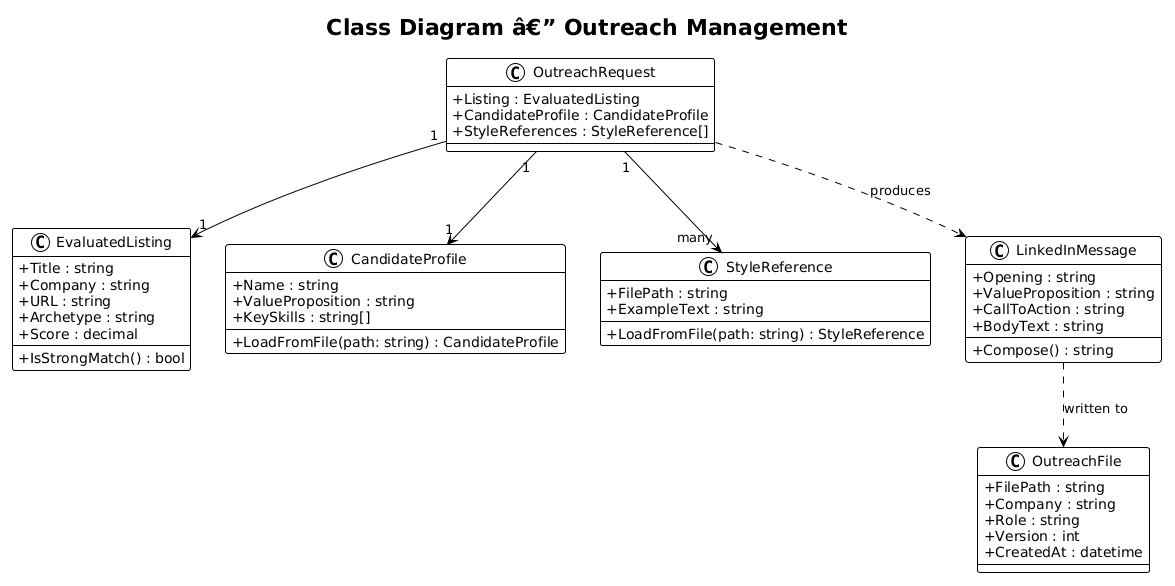
The PlantUML diagram docs/detailed-designs/09-outreach-management/diagrams/class_diagram.png in QuinntyneBrown/Orbit, before a commit.
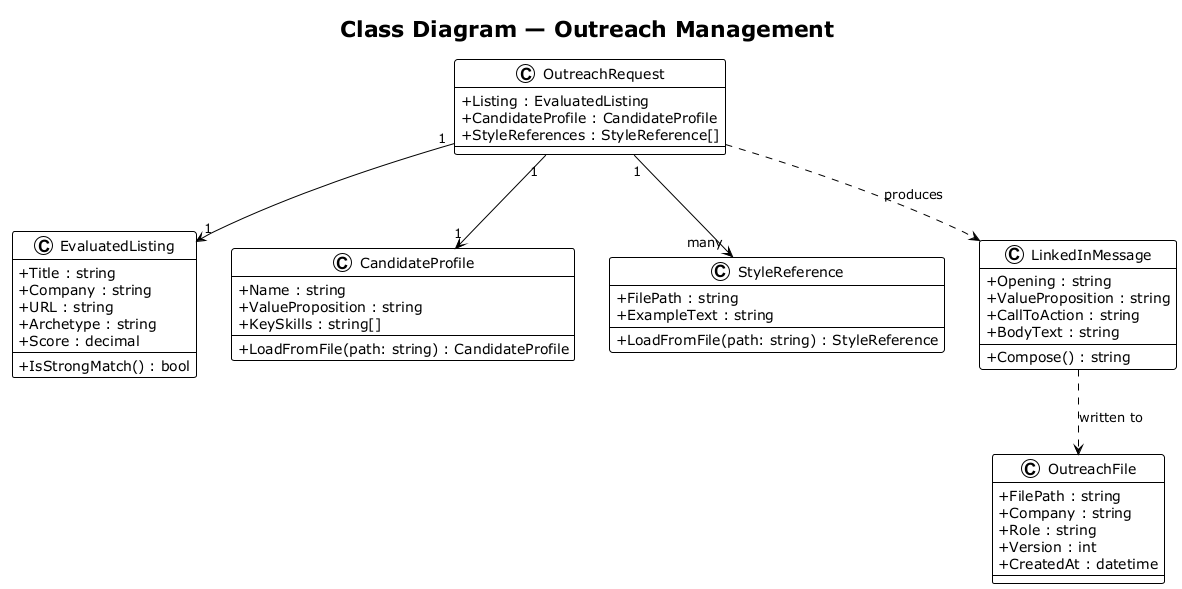
The same file after the commit.

The edit, as a diff of the source:
```diff
@@ -1,8 +1,8 @@
-@startuml
+@startuml class_diagram
 !theme plain
 skinparam classAttributeIconSize 0
 
-title Class Diagram â€” Outreach Management
+title Class Diagram — Outreach Management
 
 class EvaluatedListing {
     +Title : string
@@ -53,4 +53,5 @@
 OutreachRequest "1" --> "many" StyleReference
 OutreachRequest ..> LinkedInMessage : produces
 LinkedInMessage ..> OutreachFile : written to
+
 @enduml
```
